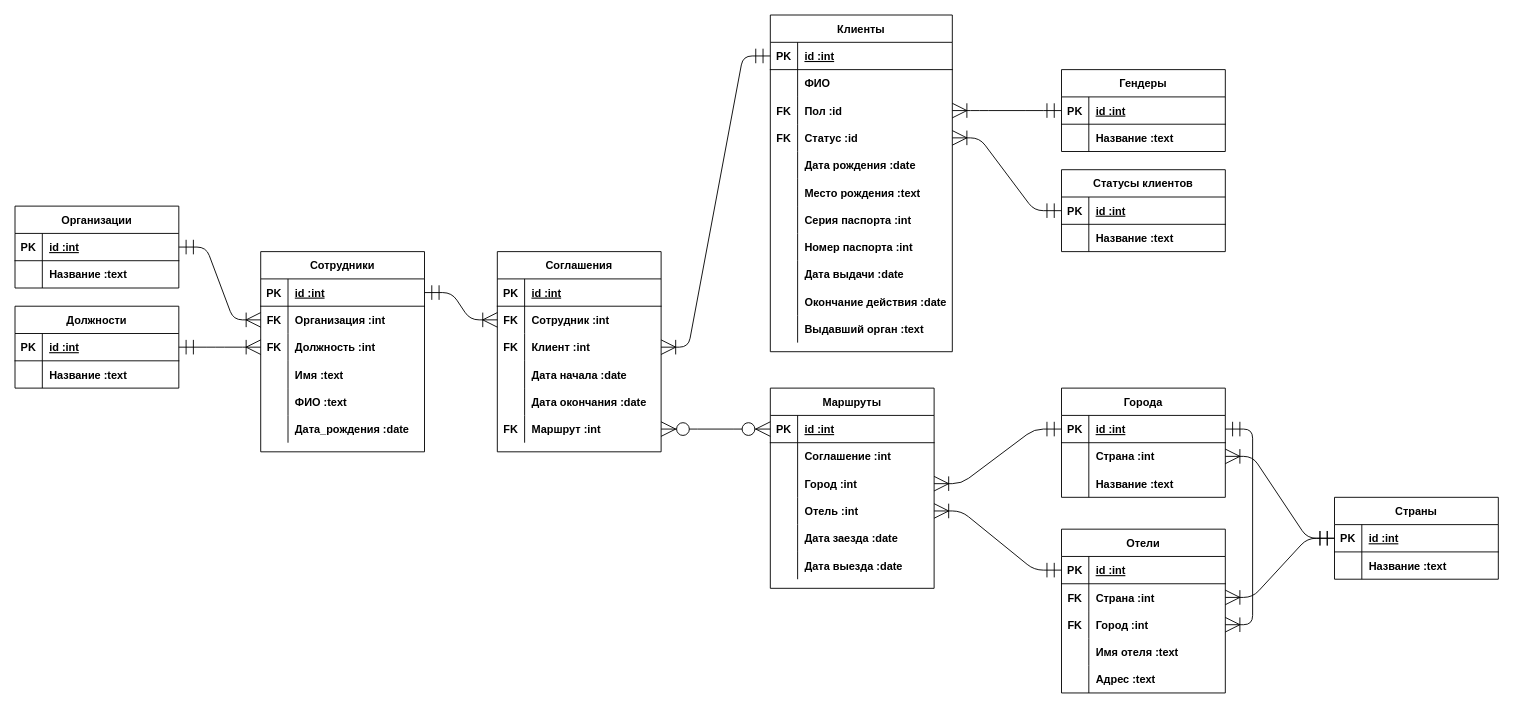
This is diagrams/Untitled Diagram.drawio from demicuz/diagrams, a draw.io file, before an edit. Source tidied: cells renumbered, new cells numbered last; positions are measured from the earlier drawing's top-left corner, leaving out a move shared by most shapes. Both pictures are drawn from the tidied source at 91%, with x=0, y=0 at pixel (15, 15).
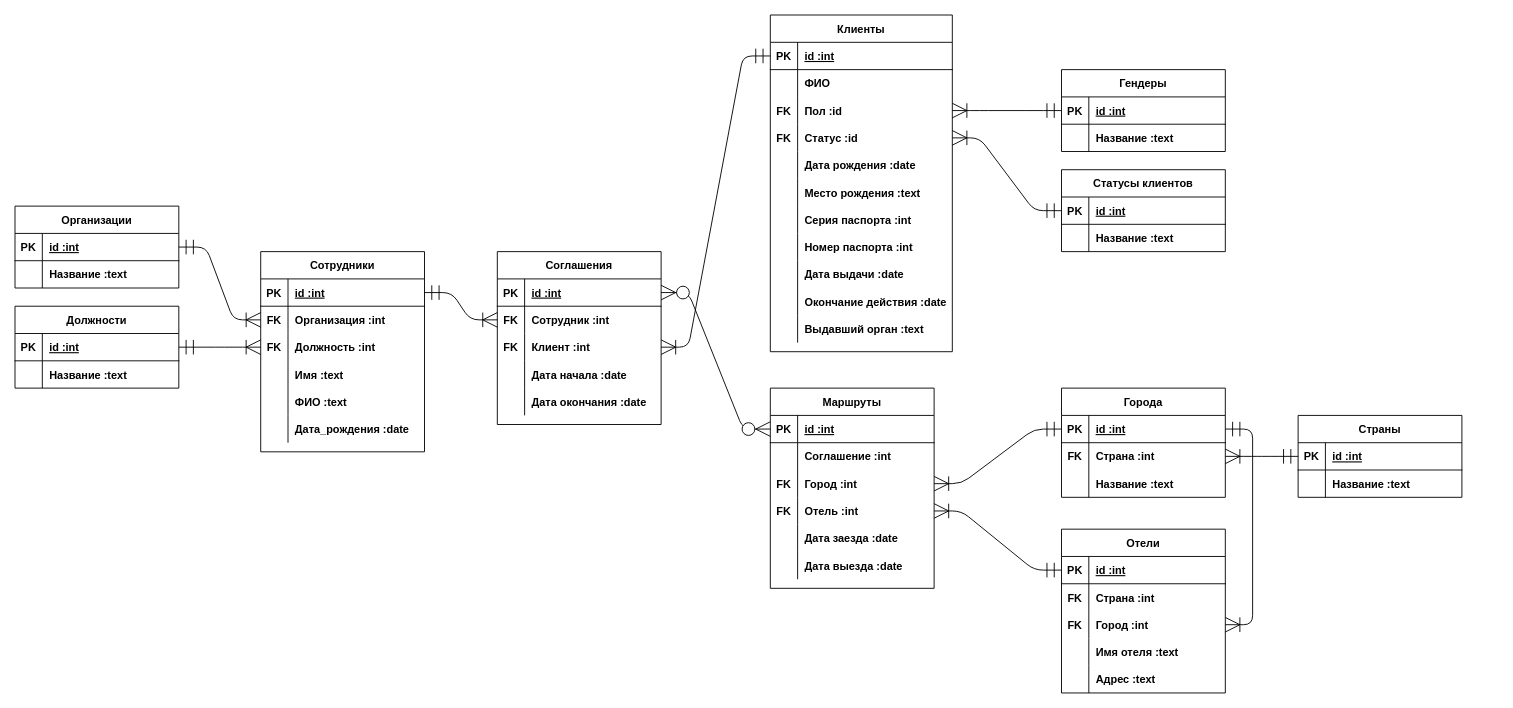
After the change.

Unchanged cells that the change refers to:
```xml
<mxCell id="45" style="shape=partialRectangle;fillColor=none;top=0;left=0;bottom=0;right=0;points=[[0,0.5],[1,0.5]];portConstraint=eastwest;" parent="41" vertex="1">
  <mxGeometry y="60" width="180" height="30" as="geometry" />
</mxCell>
<mxCell id="64" style="shape=partialRectangle;fillColor=none;top=0;left=0;bottom=1;right=0;points=[[0,0.5],[1,0.5]];portConstraint=eastwest;" parent="63" vertex="1">
  <mxGeometry y="30" width="180" height="30" as="geometry" />
</mxCell>
<mxCell id="77" style="shape=partialRectangle;fillColor=none;top=0;left=0;bottom=0;right=0;points=[[0,0.5],[1,0.5]];portConstraint=eastwest;" parent="73" vertex="1">
  <mxGeometry y="60" width="180" height="30" as="geometry" />
</mxCell>
<mxCell id="92" style="shape=partialRectangle;fillColor=none;top=0;left=0;bottom=1;right=0;points=[[0,0.5],[1,0.5]];portConstraint=eastwest;" parent="91" vertex="1">
  <mxGeometry y="30" width="180" height="30" as="geometry" />
</mxCell>
<mxCell id="112" style="shape=partialRectangle;fillColor=none;top=0;left=0;bottom=1;right=0;points=[[0,0.5],[1,0.5]];portConstraint=eastwest;" parent="111" vertex="1">
  <mxGeometry y="30" width="180" height="30" as="geometry" />
</mxCell>
<mxCell id="118" style="shape=partialRectangle;fillColor=none;top=0;left=0;bottom=0;right=0;points=[[0,0.5],[1,0.5]];portConstraint=eastwest;" parent="111" vertex="1">
  <mxGeometry y="90" width="180" height="30" as="geometry" />
</mxCell>
<mxCell id="121" style="shape=partialRectangle;fillColor=none;top=0;left=0;bottom=0;right=0;points=[[0,0.5],[1,0.5]];portConstraint=eastwest;" parent="111" vertex="1">
  <mxGeometry y="120" width="180" height="30" as="geometry" />
</mxCell>
```

The edit, as a diff of the source:
```diff
@@
     <mxCell id="63" value="Страны" style="shape=table;startSize=30;childLayout=tableLayout;rowLines=0;fontStyle=1;align=center;hachureGap=4;" parent="1" vertex="1">
-      <mxGeometry x="1450" y="530" width="180" height="90" as="geometry" />
+      <mxGeometry x="1410" y="440" width="180" height="90" as="geometry" />
     </mxCell>
@@
-    <mxCell id="78" style="shape=partialRectangle;fillColor=none;top=0;left=0;bottom=0;right=0;overflow=hidden;" parent="77" vertex="1">
+    <mxCell id="78" value="FK" style="shape=partialRectangle;fillColor=none;top=0;left=0;bottom=0;right=0;overflow=hidden;fontStyle=1;" parent="77" vertex="1">
       <mxGeometry width="30" height="30" as="geometry" />
     </mxCell>
@@
-    <mxCell id="88" style="edgeStyle=entityRelationEdgeStyle;fontSize=12;html=1;endArrow=ERoneToMany;startArrow=ERmandOne;startSize=14;endSize=14;sourcePerimeterSpacing=0;targetPerimeterSpacing=0;" parent="1" edge="1" source="64" target="45">
-      <mxGeometry relative="1" as="geometry" />
-    </mxCell>
@@
     <mxCell id="91" value="Соглашения" style="shape=table;startSize=30;childLayout=tableLayout;rowLines=0;fontStyle=1;align=center;hachureGap=4;" parent="1" vertex="1">
-      <mxGeometry x="530" y="260" width="180" height="220" as="geometry" />
+      <mxGeometry x="530" y="260" width="180" height="190" as="geometry" />
     </mxCell>
@@
     <mxCell id="107" style="shape=partialRectangle;fillColor=none;top=0;left=0;bottom=0;right=0;points=[[0,0.5],[1,0.5]];portConstraint=eastwest;" parent="91" vertex="1">
-      <mxGeometry y="180" width="180" height="30" as="geometry" />
+      <mxGeometry y="180" width="180" as="geometry" />
     </mxCell>
-    <mxCell id="108" value="FK" style="shape=partialRectangle;fillColor=none;top=0;left=0;bottom=0;right=0;overflow=hidden;fontStyle=1;" parent="107" vertex="1">
-      <mxGeometry width="30" height="30" as="geometry" />
+    <mxCell id="108" style="shape=partialRectangle;fillColor=none;top=0;left=0;bottom=0;right=0;overflow=hidden;fontStyle=1;" parent="107" vertex="1">
+      <mxGeometry width="30" as="geometry" />
     </mxCell>
-    <mxCell id="109" value="Маршрут :int" style="shape=partialRectangle;fillColor=none;top=0;left=0;bottom=0;right=0;align=left;spacingLeft=6;overflow=hidden;fontStyle=1;" parent="107" vertex="1">
-      <mxGeometry x="30" width="150" height="30" as="geometry" />
+    <mxCell id="109" style="shape=partialRectangle;fillColor=none;top=0;left=0;bottom=0;right=0;align=left;spacingLeft=6;overflow=hidden;fontStyle=1;" parent="107" vertex="1">
+      <mxGeometry x="30" width="150" as="geometry" />
     </mxCell>
@@
-    <mxCell id="119" style="shape=partialRectangle;fillColor=none;top=0;left=0;bottom=0;right=0;overflow=hidden;" parent="118" vertex="1">
+    <mxCell id="119" value="FK" style="shape=partialRectangle;fillColor=none;top=0;left=0;bottom=0;right=0;overflow=hidden;fontStyle=1;" parent="118" vertex="1">
       <mxGeometry width="30" height="30" as="geometry" />
     </mxCell>
@@
-    <mxCell id="122" style="shape=partialRectangle;fillColor=none;top=0;left=0;bottom=0;right=0;overflow=hidden;" parent="121" vertex="1">
+    <mxCell id="122" value="FK" style="shape=partialRectangle;fillColor=none;top=0;left=0;bottom=0;right=0;overflow=hidden;fontStyle=1;" parent="121" vertex="1">
       <mxGeometry width="30" height="30" as="geometry" />
     </mxCell>
@@
-    <mxCell id="190" style="edgeStyle=entityRelationEdgeStyle;fontSize=12;html=1;endArrow=ERzeroToMany;endFill=1;startArrow=ERzeroToMany;startSize=14;endSize=14;sourcePerimeterSpacing=0;targetPerimeterSpacing=0;" parent="1" edge="1" source="107" target="112">
-      <mxGeometry relative="1" as="geometry" />
-    </mxCell>
@@
+    <mxCell id="193" style="edgeStyle=entityRelationEdgeStyle;fontSize=12;html=1;endArrow=ERzeroToMany;endFill=1;startArrow=ERzeroToMany;startSize=14;endSize=14;sourcePerimeterSpacing=0;targetPerimeterSpacing=0;" parent="1" edge="1" source="92" target="112">
+      <mxGeometry relative="1" as="geometry" />
+    </mxCell>
```
